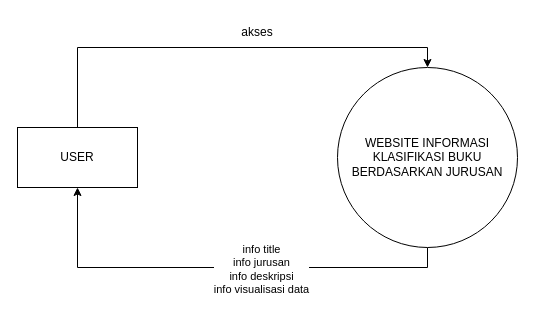
Above: page "Halaman-2" (2 of 5) of Diagram Tanpa Judul.drawio in Naufalzaki05/comicu (draw.io), before the change. Source tidied: cells renumbered, new cells numbered last; positions are measured from the earlier drawing's top-left corner, leaving out a move shared by most shapes. Both pictures are drawn from the tidied source at 100%, with x=0, y=0 at pixel (17, 17).
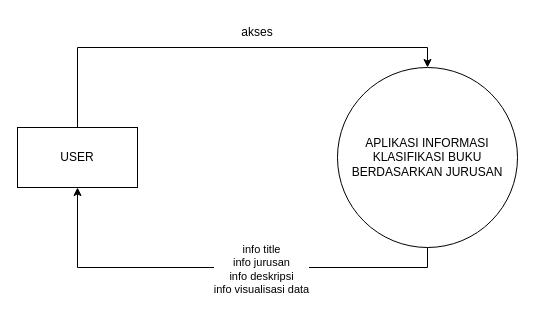
The same diagram, later.

Change to the diagram source:
```diff
@@
 <mxGraphModel>
   <root>
     <mxCell id="0" />
     <mxCell id="1" parent="0" />
     <mxCell id="2" style="edgeStyle=orthogonalEdgeStyle;rounded=0;jettySize=auto;html=1;exitX=0.5;exitY=1;exitDx=0;exitDy=0;entryX=0.5;entryY=1;entryDx=0;entryDy=0;" parent="1" edge="1" source="4" target="6">
       <mxGeometry relative="1" as="geometry" />
     </mxCell>
     <mxCell id="3" value="info title&lt;br&gt;info jurusan&lt;br&gt;info deskripsi&lt;br&gt;info visualisasi data" style="edgeLabel;html=1;align=center;verticalAlign=middle;" parent="2" vertex="1">
       <mxGeometry x="-0.17" y="1" relative="1" as="geometry" />
     </mxCell>
-    <mxCell id="4" value="WEBSITE INFORMASI KLASIFIKASI BUKU BERDASARKAN JURUSAN" style="ellipse;whiteSpace=wrap;html=1;" parent="1" vertex="1">
+    <mxCell id="4" value="APLIKASI INFORMASI KLASIFIKASI BUKU BERDASARKAN JURUSAN" style="ellipse;whiteSpace=wrap;html=1;" parent="1" vertex="1">
       <mxGeometry x="320" y="50" width="180" height="180" as="geometry" />
     </mxCell>
     <mxCell id="5" style="edgeStyle=orthogonalEdgeStyle;rounded=0;jettySize=auto;html=1;exitX=0.5;exitY=0;exitDx=0;exitDy=0;entryX=0.5;entryY=0;entryDx=0;entryDy=0;" parent="1" edge="1" source="6" target="4">
       <mxGeometry relative="1" as="geometry" />
     </mxCell>
     <mxCell id="6" value="USER" style="rounded=0;whiteSpace=wrap;html=1;" parent="1" vertex="1">
       <mxGeometry y="110" width="120" height="60" as="geometry" />
     </mxCell>
     <mxCell id="7" value="akses" style="text;html=1;strokeColor=none;fillColor=none;align=center;verticalAlign=middle;whiteSpace=wrap;rounded=0;" parent="1" vertex="1">
       <mxGeometry x="210" width="60" height="30" as="geometry" />
     </mxCell>
   </root>
 </mxGraphModel>
```
